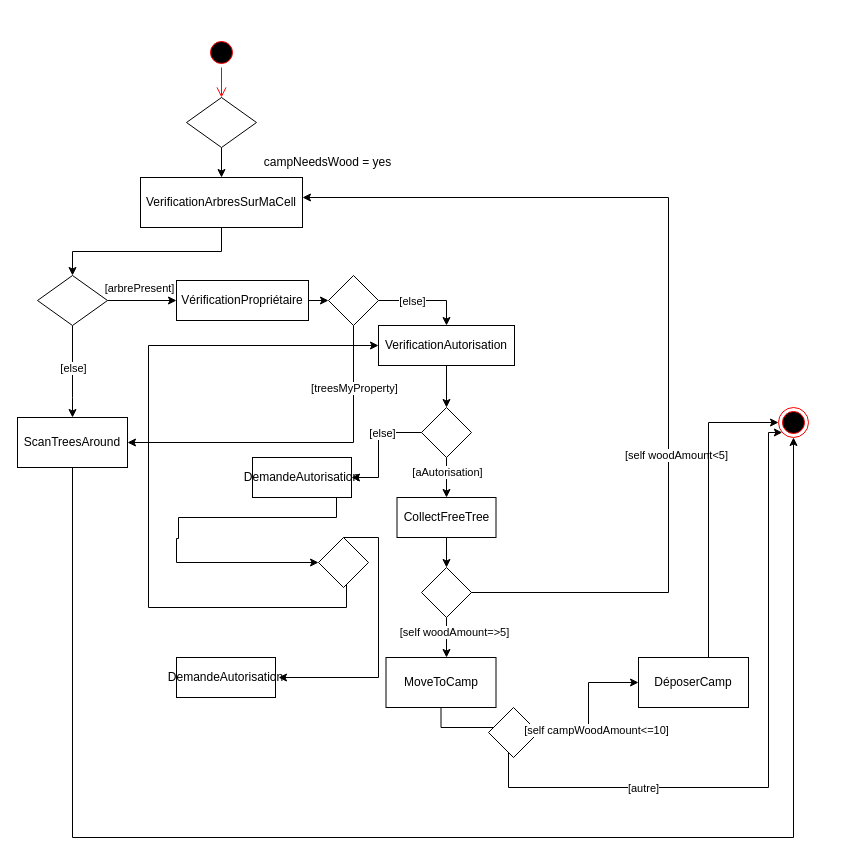
The draw.io diagram page "Page-5" (5 of 7) of DundiV0.drawio in panchovdl/DundiModel, before the edit. Source tidied: cells renumbered, new cells numbered last; positions are measured from the earlier drawing's top-left corner, leaving out a move shared by most shapes. Both pictures are drawn from the tidied source at 100%, with x=0, y=0 at pixel (17, 37).
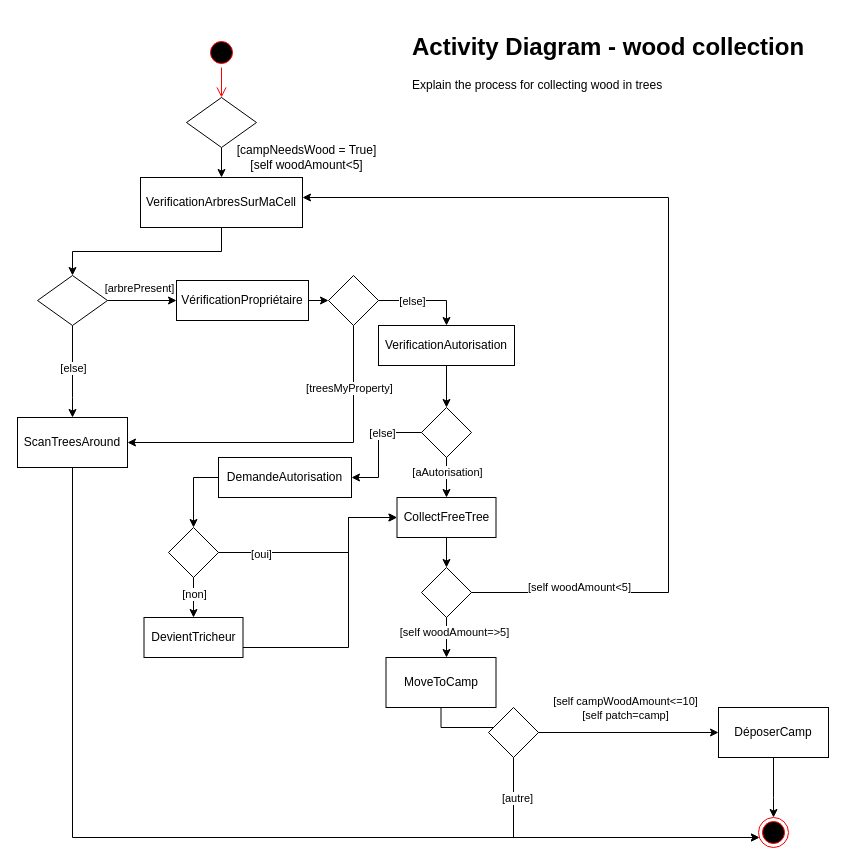
Above is the later version.

The change refers to these unchanged cells:
```xml
<mxCell id="12" value="ScanTreesAround" style="html=1;whiteSpace=wrap;" parent="1" vertex="1">
  <mxGeometry y="380" width="110" height="50" as="geometry" />
</mxCell>
<mxCell id="16" value="CollectFreeTree" style="html=1;whiteSpace=wrap;" parent="1" vertex="1">
  <mxGeometry x="379.5" y="460" width="99" height="40" as="geometry" />
</mxCell>
<mxCell id="20" style="edgeStyle=orthogonalEdgeStyle;rounded=0;jettySize=auto;html=1;" parent="1" edge="1" source="24" target="12">
  <mxGeometry relative="1" as="geometry">
    <Array as="points">
      <mxPoint x="336" y="405" />
    </Array>
  </mxGeometry>
</mxCell>
<mxCell id="31" style="edgeStyle=orthogonalEdgeStyle;rounded=0;jettySize=auto;html=1;" parent="1" edge="1" source="25" target="8">
  <mxGeometry relative="1" as="geometry">
    <Array as="points">
      <mxPoint x="651" y="555" />
      <mxPoint x="651" y="160" />
    </Array>
  </mxGeometry>
</mxCell>
<mxCell id="33" style="rhombus;whiteSpace=wrap;html=1;" parent="1" vertex="1">
  <mxGeometry x="471" y="670" width="50" height="50" as="geometry" />
</mxCell>
<mxCell id="35" style="edgeStyle=orthogonalEdgeStyle;rounded=0;jettySize=auto;html=1;" parent="1" edge="1" source="33" target="34">
  <mxGeometry relative="1" as="geometry" />
</mxCell>
<mxCell id="40" value="VerificationAutorisation" style="html=1;whiteSpace=wrap;" parent="1" vertex="1">
  <mxGeometry x="361" y="288" width="136" height="40" as="geometry" />
</mxCell>
```

Change to the diagram source:
```diff
@@
     <mxCell id="11" style="edgeStyle=orthogonalEdgeStyle;rounded=0;jettySize=auto;html=1;" parent="1" edge="1" source="12" target="17">
       <mxGeometry relative="1" as="geometry">
         <Array as="points">
-          <mxPoint x="776" y="800" />
+          <mxPoint x="55" y="800" />
+          <mxPoint x="756" y="800" />
         </Array>
       </mxGeometry>
     </mxCell>
@@
     <mxCell id="17" style="ellipse;html=1;shape=endState;fillColor=#000000;strokeColor=#ff0000;" parent="1" vertex="1">
-      <mxGeometry x="761" y="370" width="30" height="30" as="geometry" />
+      <mxGeometry x="741" y="780" width="30" height="30" as="geometry" />
     </mxCell>
@@
     <mxCell id="21" value="[treesMyProperty]" style="edgeLabel;html=1;align=center;verticalAlign=middle;" parent="20" vertex="1">
       <mxGeometry x="-0.81" y="1" relative="1" as="geometry">
-        <mxPoint x="-1" y="29" as="offset" />
+        <mxPoint x="-6" y="29" as="offset" />
       </mxGeometry>
     </mxCell>
@@
-    <mxCell id="26" value="campNeedsWood = yes" style="text;html=1;align=center;verticalAlign=middle;strokeColor=none;fillColor=none;" parent="1" vertex="1">
-      <mxGeometry x="235" y="110" width="150" height="30" as="geometry" />
+    <mxCell id="26" value="&lt;div&gt;[campNeedsWood = True]&lt;/div&gt;&lt;div&gt;[self woodAmount&amp;lt;5]&lt;br&gt;&lt;/div&gt;" style="text;html=1;align=center;verticalAlign=middle;strokeColor=none;fillColor=none;" parent="1" vertex="1">
+      <mxGeometry x="208.5" y="100" width="160" height="40" as="geometry" />
     </mxCell>
@@
     <mxCell id="32" value="[self woodAmount&amp;lt;5]" style="edgeLabel;html=1;align=center;verticalAlign=middle;" parent="31" vertex="1">
       <mxGeometry x="-0.3" relative="1" as="geometry">
-        <mxPoint x="7" as="offset" />
+        <mxPoint x="-90" y="132" as="offset" />
       </mxGeometry>
     </mxCell>
@@
     <mxCell id="34" value="DéposerCamp" style="html=1;whiteSpace=wrap;" parent="1" vertex="1">
-      <mxGeometry x="621" y="620" width="110" height="50" as="geometry" />
+      <mxGeometry x="701" y="670" width="110" height="50" as="geometry" />
     </mxCell>
@@
-    <mxCell id="36" value="[self campWoodAmount&amp;lt;=10]" style="edgeLabel;html=1;align=center;verticalAlign=middle;" parent="35" vertex="1">
+    <mxCell id="36" value="&lt;div&gt;[self campWoodAmount&amp;lt;=10]&lt;/div&gt;&lt;div&gt;[self patch=camp]&lt;br&gt;&lt;/div&gt;" style="edgeLabel;html=1;align=center;verticalAlign=middle;" parent="35" vertex="1">
       <mxGeometry x="-0.3" relative="1" as="geometry">
-        <mxPoint x="7" as="offset" />
+        <mxPoint x="23" y="-25" as="offset" />
       </mxGeometry>
     </mxCell>
     <mxCell id="37" style="edgeStyle=orthogonalEdgeStyle;rounded=0;jettySize=auto;html=1;" parent="1" edge="1" source="34" target="17">
       <mxGeometry relative="1" as="geometry">
         <Array as="points">
-          <mxPoint x="691" y="385" />
+          <mxPoint x="756" y="760" />
+          <mxPoint x="756" y="760" />
         </Array>
       </mxGeometry>
     </mxCell>
     <mxCell id="38" style="edgeStyle=orthogonalEdgeStyle;rounded=0;jettySize=auto;html=1;" parent="1" edge="1" source="33" target="17">
       <mxGeometry relative="1" as="geometry">
         <Array as="points">
-          <mxPoint x="491" y="750" />
-          <mxPoint x="751" y="750" />
-          <mxPoint x="751" y="395" />
+          <mxPoint x="496" y="800" />
         </Array>
       </mxGeometry>
     </mxCell>
     <mxCell id="39" value="[autre]" style="edgeLabel;html=1;align=center;verticalAlign=middle;" parent="38" vertex="1">
-      <mxGeometry x="-0.49" relative="1" as="geometry" />
+      <mxGeometry x="-0.49" relative="1" as="geometry">
+        <mxPoint y="-40" as="offset" />
+      </mxGeometry>
     </mxCell>
@@
     <mxCell id="47" value="DemandeAutorisation" style="html=1;whiteSpace=wrap;" parent="1" vertex="1">
-      <mxGeometry x="235" y="420" width="99" height="40" as="geometry" />
+      <mxGeometry x="201" y="420" width="133" height="40" as="geometry" />
     </mxCell>
     <mxCell id="48" style="rhombus;whiteSpace=wrap;html=1;" parent="1" vertex="1">
-      <mxGeometry x="301" y="500" width="50" height="50" as="geometry" />
+      <mxGeometry x="151" y="490" width="50" height="50" as="geometry" />
     </mxCell>
     <mxCell id="49" style="edgeStyle=orthogonalEdgeStyle;rounded=0;jettySize=auto;html=1;" parent="1" edge="1" source="47" target="48">
       <mxGeometry relative="1" as="geometry">
         <Array as="points">
-          <mxPoint x="319" y="480" />
-          <mxPoint x="161" y="480" />
-          <mxPoint x="161" y="501" />
-          <mxPoint x="159" y="501" />
-          <mxPoint x="159" y="525" />
+          <mxPoint x="176" y="440" />
         </Array>
       </mxGeometry>
     </mxCell>
-    <mxCell id="50" style="edgeStyle=orthogonalEdgeStyle;rounded=0;jettySize=auto;html=1;" parent="1" edge="1" source="48" target="40">
+    <mxCell id="50" style="edgeStyle=orthogonalEdgeStyle;rounded=0;jettySize=auto;html=1;" parent="1" edge="1" source="48" target="16">
       <mxGeometry relative="1" as="geometry">
         <Array as="points">
-          <mxPoint x="329" y="525" />
-          <mxPoint x="329" y="570" />
-          <mxPoint x="131" y="570" />
-          <mxPoint x="131" y="308" />
+          <mxPoint x="331" y="515" />
+          <mxPoint x="331" y="480" />
         </Array>
       </mxGeometry>
     </mxCell>
-    <mxCell id="51" style="edgeStyle=orthogonalEdgeStyle;rounded=0;jettySize=auto;html=1;" parent="1" edge="1" source="48">
-      <mxGeometry relative="1" as="geometry">
-        <mxPoint x="261" y="640" as="targetPoint" />
-        <Array as="points">
-          <mxPoint x="361" y="500" />
-          <mxPoint x="361" y="640" />
-        </Array>
-      </mxGeometry>
-    </mxCell>
+    <mxCell id="53" value="[oui]" style="edgeLabel;html=1;align=center;verticalAlign=middle;" parent="50" vertex="1">
+      <mxGeometry x="-0.61" y="-1" relative="1" as="geometry" />
+    </mxCell>
+    <mxCell id="54" style="edgeStyle=orthogonalEdgeStyle;rounded=0;jettySize=auto;html=1;" parent="1" edge="1" source="52" target="16">
+      <mxGeometry relative="1" as="geometry">
+        <Array as="points">
+          <mxPoint x="331" y="610" />
+          <mxPoint x="331" y="480" />
+        </Array>
+      </mxGeometry>
+    </mxCell>
+    <mxCell id="55" style="edgeStyle=orthogonalEdgeStyle;rounded=0;jettySize=auto;html=1;" parent="1" edge="1" source="48" target="52">
+      <mxGeometry relative="1" as="geometry" />
+    </mxCell>
+    <mxCell id="56" value="[non]" style="edgeLabel;html=1;align=center;verticalAlign=middle;" parent="55" vertex="1">
+      <mxGeometry x="-0.32" y="2" relative="1" as="geometry">
+        <mxPoint x="-2" y="2" as="offset" />
+      </mxGeometry>
+    </mxCell>
-    <mxCell id="52" value="DemandeAutorisation" style="html=1;whiteSpace=wrap;" parent="1" vertex="1">
-      <mxGeometry x="159" y="620" width="99" height="40" as="geometry" />
+    <mxCell id="52" value="DevientTricheur" style="html=1;whiteSpace=wrap;" parent="1" vertex="1">
+      <mxGeometry x="126.5" y="580" width="99" height="40" as="geometry" />
     </mxCell>
+    <mxCell id="57" value="&lt;h1&gt;Activity Diagram - wood collection&lt;br&gt;&lt;/h1&gt;&lt;p&gt;Explain the process for collecting wood in trees&lt;br&gt;&lt;/p&gt;" style="text;html=1;strokeColor=none;fillColor=none;spacing=5;spacingTop=-20;whiteSpace=wrap;overflow=hidden;rounded=0;" parent="1" vertex="1">
+      <mxGeometry x="390" y="-10" width="420" height="80" as="geometry" />
+    </mxCell>
```
